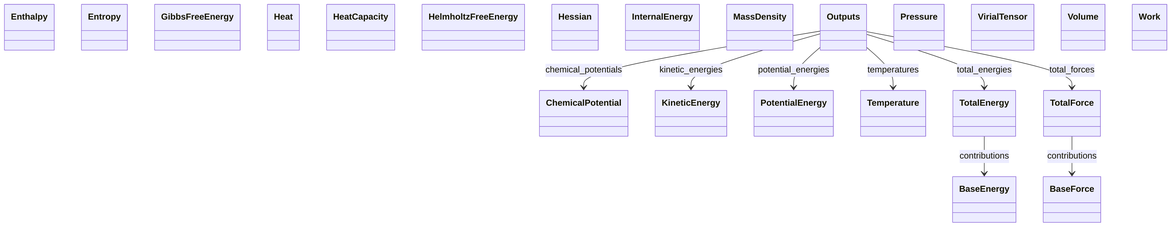
FAIRmat-NFDI/nomad-simulations keeps this Mermaid diagram as docs/assets/diagrams/thermodynamics_0.png. Above is the earlier version. Its source is kept beside it as docs/assets/diagrams/thermodynamics_0.png.mmd. Its diagram source:
```mermaid
classDiagram
    class BaseEnergy
    class BaseForce
    class ChemicalPotential
    class Enthalpy
    class Entropy
    class GibbsFreeEnergy
    class Heat
    class HeatCapacity
    class HelmholtzFreeEnergy
    class Hessian
    class InternalEnergy
    class KineticEnergy
    class MassDensity
    class Outputs
    class PotentialEnergy
    class Pressure
    class Temperature
    class TotalEnergy
    class TotalForce
    class VirialTensor
    class Volume
    class Work
    Outputs --> ChemicalPotential : chemical_potentials
    Outputs --> KineticEnergy : kinetic_energies
    Outputs --> PotentialEnergy : potential_energies
    Outputs --> Temperature : temperatures
    Outputs --> TotalEnergy : total_energies
    Outputs --> TotalForce : total_forces
    TotalEnergy --> BaseEnergy : contributions
    TotalForce --> BaseForce : contributions
```
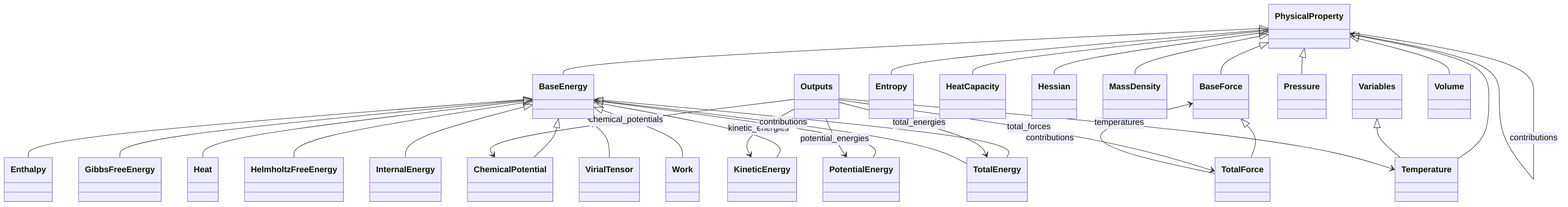
After the change.

The edit, as a diff of the source:
```diff
@@ -13,19 +13,44 @@
     class KineticEnergy
     class MassDensity
     class Outputs
+    class PhysicalProperty
     class PotentialEnergy
     class Pressure
     class Temperature
     class TotalEnergy
     class TotalForce
+    class Variables
     class VirialTensor
     class Volume
     class Work
+    PhysicalProperty <|-- BaseEnergy
+    PhysicalProperty <|-- BaseForce
+    BaseEnergy <|-- ChemicalPotential
+    BaseEnergy <|-- Enthalpy
+    PhysicalProperty <|-- Entropy
+    BaseEnergy <|-- GibbsFreeEnergy
+    BaseEnergy <|-- Heat
+    PhysicalProperty <|-- HeatCapacity
+    BaseEnergy <|-- HelmholtzFreeEnergy
+    PhysicalProperty <|-- Hessian
+    BaseEnergy <|-- InternalEnergy
+    BaseEnergy <|-- KineticEnergy
+    PhysicalProperty <|-- MassDensity
+    BaseEnergy <|-- PotentialEnergy
+    PhysicalProperty <|-- Pressure
+    PhysicalProperty <|-- Temperature
+    Variables <|-- Temperature
+    BaseEnergy <|-- TotalEnergy
+    BaseForce <|-- TotalForce
+    BaseEnergy <|-- VirialTensor
+    PhysicalProperty <|-- Volume
+    BaseEnergy <|-- Work
     Outputs --> ChemicalPotential : chemical_potentials
     Outputs --> KineticEnergy : kinetic_energies
     Outputs --> PotentialEnergy : potential_energies
     Outputs --> Temperature : temperatures
     Outputs --> TotalEnergy : total_energies
     Outputs --> TotalForce : total_forces
+    PhysicalProperty --> PhysicalProperty : contributions
     TotalEnergy --> BaseEnergy : contributions
     TotalForce --> BaseForce : contributions
```
